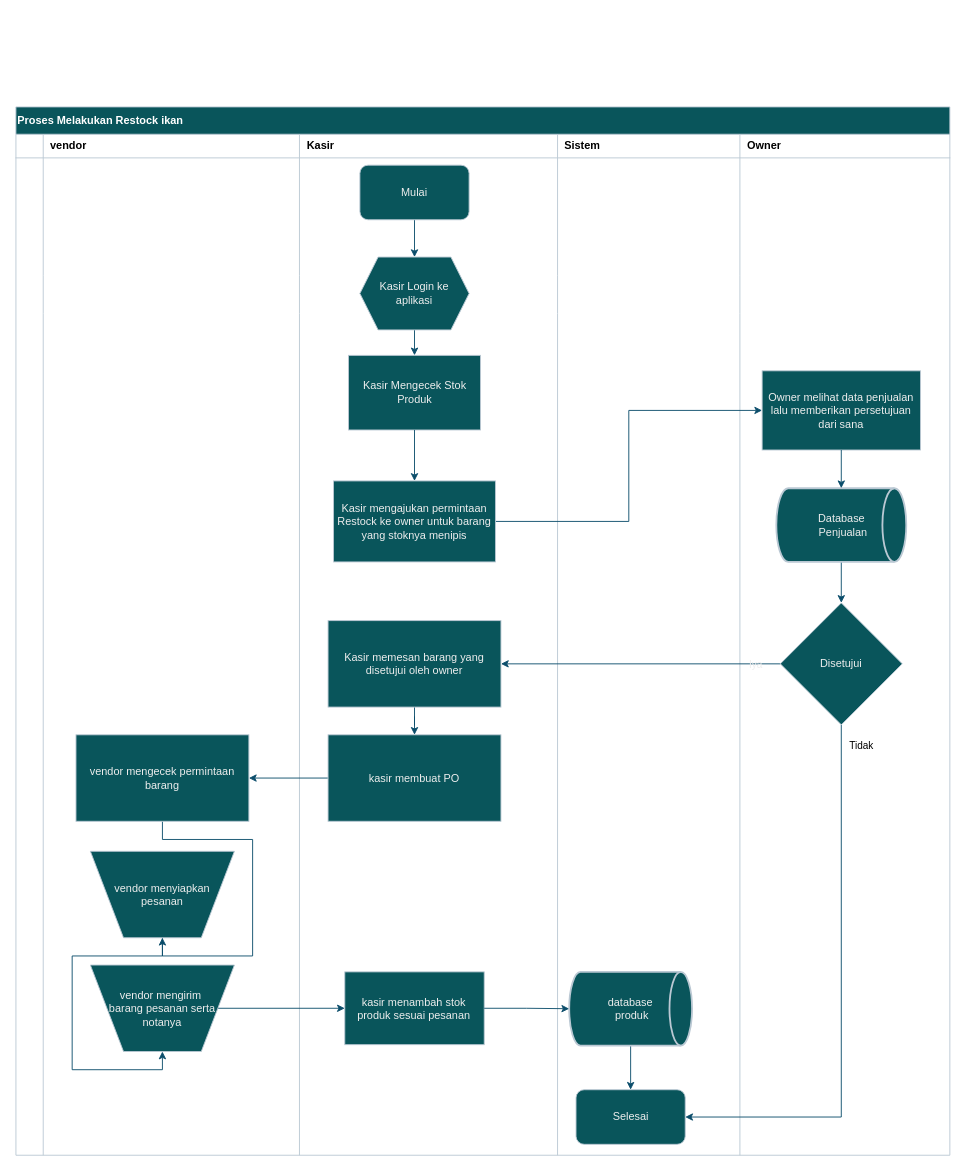
The draw.io diagram restock product.drawio in shinoaaa/drawio, before the edit. Source tidied: cells renumbered, new cells numbered last; positions are measured from the earlier drawing's top-left corner, leaving out a move shared by most shapes. Both pictures are drawn from the tidied source at 91%, with x=0, y=0 at pixel (15, 106).
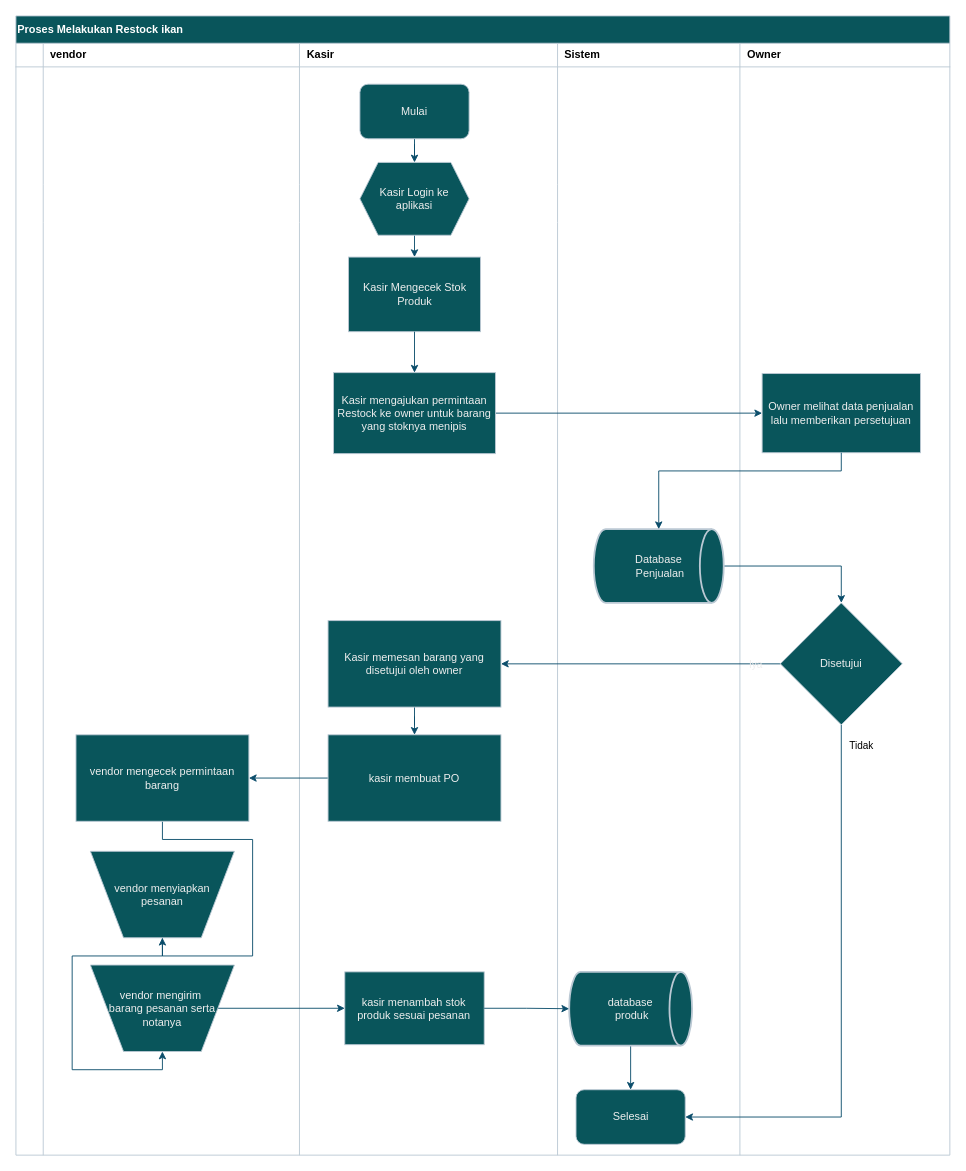
The same page after the edit.

Diff of the diagram source:
```diff
@@
     <mxCell id="2" value="&lt;font style=&quot;color: light-dark(rgb(255, 255, 255), rgb(255, 255, 255));&quot;&gt;Proses Melakukan Restock ikan&lt;/font&gt;" style="shape=table;startSize=30;childLayout=tableLayout;rowLines=0;fontStyle=1;align=left;html=1;strokeColor=#BAC8D3;fontColor=#EEEEEE;fillColor=#09555B;labelBackgroundColor=none;" parent="1" vertex="1">
-      <mxGeometry width="1026.3" height="1152" as="geometry" />
+      <mxGeometry y="-100" width="1026.3" height="1251.9" as="geometry" />
     </mxCell>
@@
     <mxCell id="21" style="shape=tableRow;horizontal=0;startSize=0;swimlaneHead=0;swimlaneBody=0;fillColor=none;top=0;left=0;right=0;bottom=0;strokeColor=#BAC8D3;fontColor=#EEEEEE;labelBackgroundColor=none;" parent="2" vertex="1">
-      <mxGeometry y="227" width="1026.3" height="925" as="geometry" />
+      <mxGeometry y="227" width="1026.3" height="1025" as="geometry" />
     </mxCell>
     <mxCell id="22" style="shape=partialRectangle;fillColor=none;top=0;left=0;bottom=0;right=0;overflow=hidden;whiteSpace=wrap;html=1;strokeColor=#BAC8D3;fontColor=#EEEEEE;labelBackgroundColor=none;" parent="21" vertex="1">
-      <mxGeometry width="30" height="925" as="geometry" />
+      <mxGeometry width="30" height="1025" as="geometry" />
     </mxCell>
     <mxCell id="23" style="shape=partialRectangle;fillColor=none;top=0;left=0;bottom=0;right=0;align=left;spacingLeft=6;overflow=hidden;whiteSpace=wrap;html=1;strokeColor=#BAC8D3;fontColor=#EEEEEE;labelBackgroundColor=none;" parent="21" vertex="1">
-      <mxGeometry x="30" width="281.6" height="925" as="geometry" />
+      <mxGeometry x="30" width="281.6" height="1025" as="geometry" />
     </mxCell>
     <mxCell id="24" style="shape=partialRectangle;fillColor=none;top=0;left=0;bottom=0;right=0;align=left;spacingLeft=6;overflow=hidden;whiteSpace=wrap;html=1;strokeColor=#BAC8D3;fontColor=#EEEEEE;labelBackgroundColor=none;" parent="21" vertex="1">
-      <mxGeometry x="311.6" width="283.6" height="925" as="geometry" />
+      <mxGeometry x="311.6" width="283.6" height="1025" as="geometry" />
     </mxCell>
     <mxCell id="25" style="shape=partialRectangle;fillColor=none;top=0;left=0;bottom=0;right=0;align=left;spacingLeft=6;overflow=hidden;whiteSpace=wrap;html=1;strokeColor=#BAC8D3;fontColor=#EEEEEE;labelBackgroundColor=none;" parent="21" vertex="1">
-      <mxGeometry x="595.2" width="200.4" height="925" as="geometry" />
+      <mxGeometry x="595.2" width="200.4" height="1025" as="geometry" />
     </mxCell>
     <mxCell id="26" value="&amp;nbsp;" style="shape=partialRectangle;fillColor=none;top=0;left=0;bottom=0;right=0;align=left;spacingLeft=6;overflow=hidden;whiteSpace=wrap;html=1;strokeColor=#BAC8D3;fontColor=#EEEEEE;labelBackgroundColor=none;" parent="21" vertex="1">
-      <mxGeometry x="795.5" width="230.8" height="925" as="geometry" />
+      <mxGeometry x="795.5" width="230.8" height="1025" as="geometry" />
     </mxCell>
@@
     <mxCell id="28" value="Mulai" style="rounded=1;whiteSpace=wrap;html=1;strokeColor=#BAC8D3;fontColor=#EEEEEE;fillColor=#09555B;labelBackgroundColor=none;" parent="1" vertex="1">
-      <mxGeometry x="378" y="64" width="120" height="60" as="geometry" />
+      <mxGeometry x="378" y="-25" width="120" height="60" as="geometry" />
     </mxCell>
@@
     <mxCell id="30" value="Kasir Mengecek Stok Produk" style="rounded=0;whiteSpace=wrap;html=1;strokeColor=#BAC8D3;fontColor=#EEEEEE;fillColor=#09555B;labelBackgroundColor=none;" parent="1" vertex="1">
-      <mxGeometry x="365.5" y="273" width="145" height="82" as="geometry" />
+      <mxGeometry x="365.5" y="165" width="145" height="82" as="geometry" />
     </mxCell>
@@
-    <mxCell id="32" style="edgeStyle=orthogonalEdgeStyle;rounded=0;jettySize=auto;html=1;entryX=0;entryY=0.5;entryDx=0;entryDy=0;labelBackgroundColor=none;strokeColor=#0B4D6A;fontColor=default;" parent="1" edge="1" source="33" target="34">
+    <mxCell id="32" style="edgeStyle=orthogonalEdgeStyle;rounded=0;jettySize=auto;html=1;entryX=0;entryY=0.5;entryDx=0;entryDy=0;strokeColor=#0B4D6A;" parent="1" edge="1" source="33" target="34">
       <mxGeometry relative="1" as="geometry" />
     </mxCell>
     <mxCell id="33" value="Kasir mengajukan permintaan Restock ke owner untuk barang yang stoknya menipis" style="rounded=0;whiteSpace=wrap;html=1;strokeColor=#BAC8D3;fontColor=#EEEEEE;fillColor=#09555B;labelBackgroundColor=none;" parent="1" vertex="1">
-      <mxGeometry x="349" y="411" width="178" height="89" as="geometry" />
+      <mxGeometry x="349" y="292" width="178" height="89" as="geometry" />
     </mxCell>
-    <mxCell id="34" value="Owner melihat data penjualan lalu memberikan persetujuan dari sana" style="rounded=0;whiteSpace=wrap;html=1;strokeColor=#BAC8D3;fontColor=#EEEEEE;fillColor=#09555B;labelBackgroundColor=none;" parent="1" vertex="1">
-      <mxGeometry x="820" y="290" width="174" height="87" as="geometry" />
+    <mxCell id="34" value="Owner melihat data penjualan lalu memberikan persetujuan" style="rounded=0;whiteSpace=wrap;html=1;strokeColor=#BAC8D3;fontColor=#EEEEEE;fillColor=#09555B;labelBackgroundColor=none;" parent="1" vertex="1">
+      <mxGeometry x="820" y="293" width="174" height="87" as="geometry" />
     </mxCell>
@@
     <mxCell id="44" value="Kasir Login ke aplikasi" style="shape=hexagon;perimeter=hexagonPerimeter2;whiteSpace=wrap;html=1;fixedSize=1;strokeColor=#BAC8D3;fontColor=#EEEEEE;fillColor=#09555B;labelBackgroundColor=none;" parent="1" vertex="1">
-      <mxGeometry x="378" y="165" width="120" height="80" as="geometry" />
+      <mxGeometry x="378" y="61" width="120" height="80" as="geometry" />
     </mxCell>
@@
     <mxCell id="57" value="Database&lt;div&gt;&amp;nbsp;Penjualan&lt;/div&gt;" style="strokeWidth=2;html=1;shape=mxgraph.flowchart.direct_data;whiteSpace=wrap;labelBackgroundColor=none;fillColor=#09555B;strokeColor=#BAC8D3;fontColor=#EEEEEE;" parent="1" vertex="1">
-      <mxGeometry x="835.6" y="419" width="142.8" height="81" as="geometry" />
+      <mxGeometry x="635" y="464" width="142.8" height="81" as="geometry" />
     </mxCell>
-    <mxCell id="58" style="edgeStyle=orthogonalEdgeStyle;rounded=0;jettySize=auto;html=1;entryX=0.5;entryY=0;entryDx=0;entryDy=0;entryPerimeter=0;labelBackgroundColor=none;strokeColor=#0B4D6A;fontColor=default;" parent="1" edge="1" source="34" target="57">
-      <mxGeometry relative="1" as="geometry" />
+    <mxCell id="58" style="edgeStyle=orthogonalEdgeStyle;rounded=0;jettySize=auto;html=1;entryX=0.5;entryY=0;entryDx=0;entryDy=0;entryPerimeter=0;strokeColor=#0B4D6A;" parent="1" edge="1" source="34" target="57">
+      <mxGeometry relative="1" as="geometry">
+        <Array as="points">
+          <mxPoint x="907" y="400" />
+          <mxPoint x="706" y="400" />
+        </Array>
+      </mxGeometry>
     </mxCell>
```
